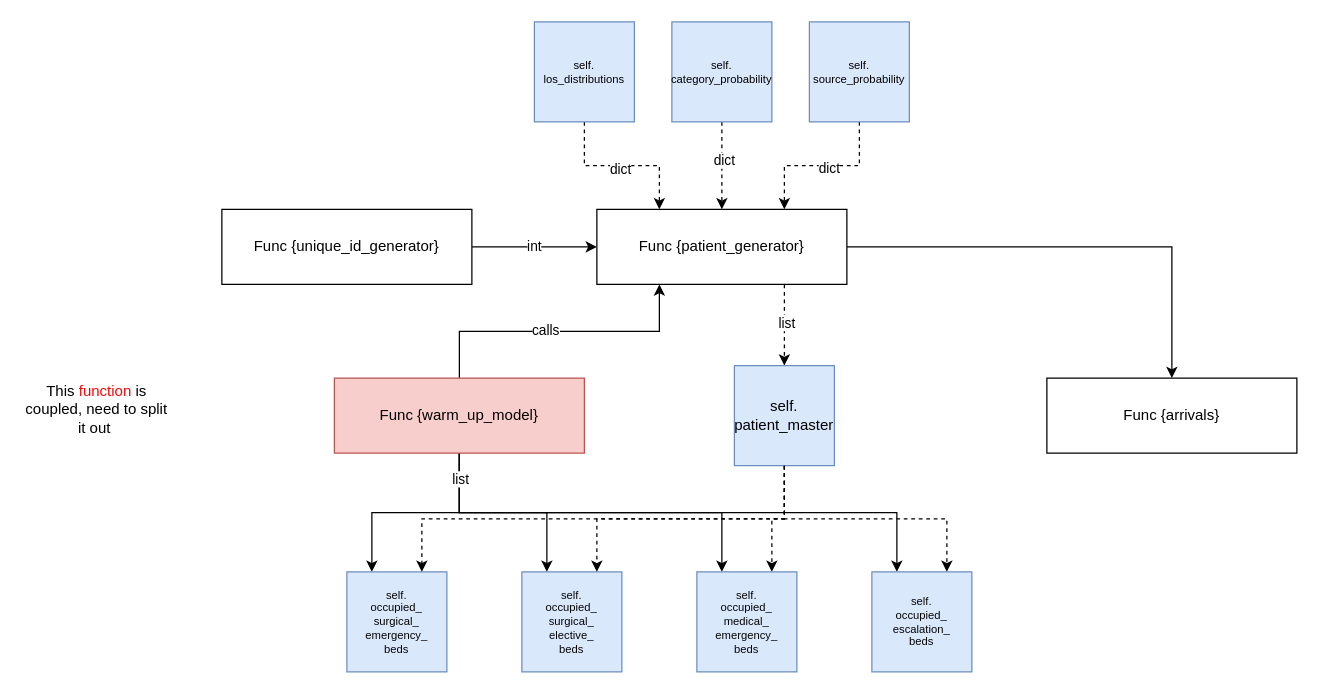
Above: app_flows.drawio in SomersetNHSFoundationTrust/BedModel (draw.io), before the change. Source tidied: cells renumbered, new cells numbered last; positions are measured from the earlier drawing's top-left corner, leaving out a move shared by most shapes. Both pictures are drawn from the tidied source at 125%, with x=0, y=0 at pixel (21, 21).
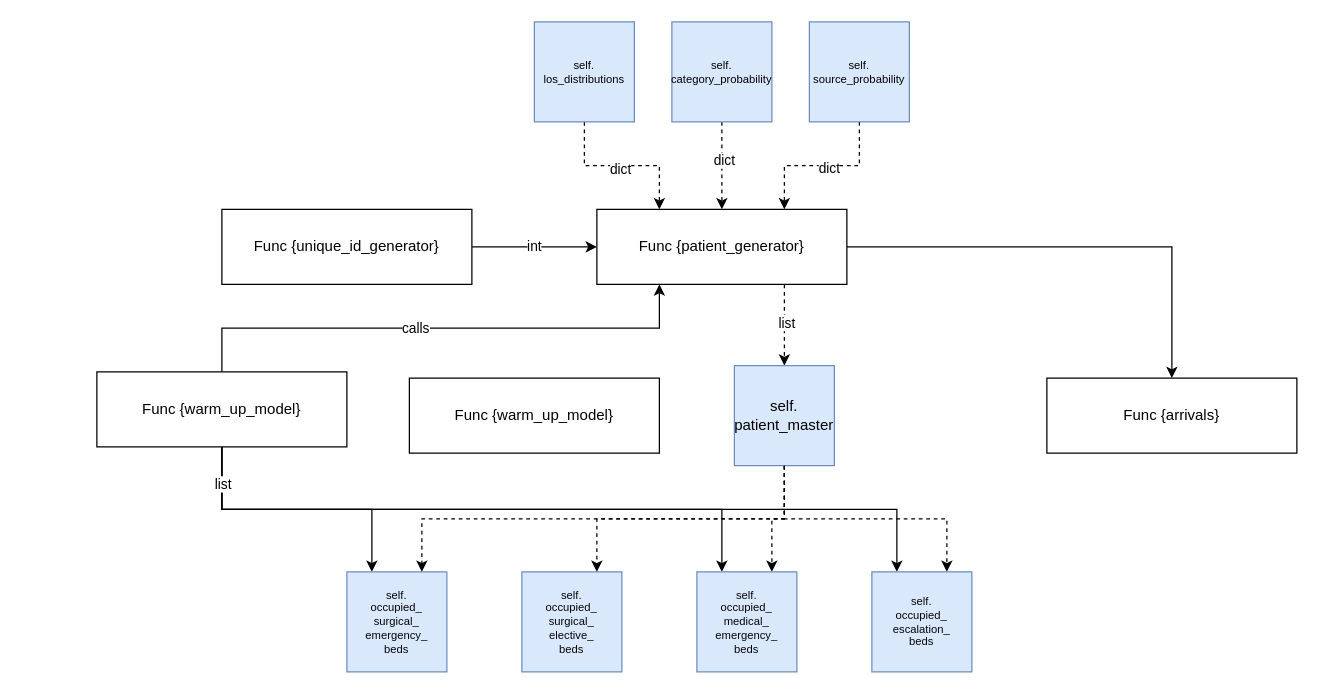
The same diagram, later.

Commit message:
Split the warm up function into warm up and admit to allow for the admission logic to be used elsewhere in the class

Unchanged cells that the change refers to:
```xml
<mxCell id="31" value="self.&lt;br style=&quot;font-size: 9px;&quot;&gt;&lt;div style=&quot;font-size: 9px;&quot;&gt;&lt;div style=&quot;font-size: 9px;&quot;&gt;occupied_&lt;/div&gt;&lt;div style=&quot;font-size: 9px;&quot;&gt;surgical_&lt;/div&gt;&lt;div style=&quot;font-size: 9px;&quot;&gt;elective_&lt;/div&gt;&lt;div style=&quot;font-size: 9px;&quot;&gt;beds&lt;/div&gt;&lt;/div&gt;" style="whiteSpace=wrap;html=1;fillColor=#dae8fc;strokeColor=#6c8ebf;fontFamily=Helvetica;fontSize=9;labelBackgroundColor=none;fontColor=#050505;" parent="1" vertex="1">
  <mxGeometry x="400" y="440" width="80" height="80" as="geometry" />
</mxCell>
```

Diff of the diagram source:
```diff
@@
-    <mxCell id="12" style="edgeStyle=orthogonalEdgeStyle;rounded=0;jettySize=auto;html=1;entryX=0.25;entryY=0;entryDx=0;entryDy=0;" parent="1" edge="1" source="16" target="31">
-      <mxGeometry relative="1" as="geometry" />
-    </mxCell>
@@
-    <mxCell id="16" value="Func {warm_up_model&lt;span style=&quot;background-color: initial;&quot;&gt;}&lt;/span&gt;" style="rounded=0;whiteSpace=wrap;html=1;fillColor=#f8cecc;strokeColor=#b85450;" parent="1" vertex="1">
-      <mxGeometry x="250" y="285" width="200" height="60" as="geometry" />
+    <mxCell id="16" value="Func {warm_up_model&lt;span style=&quot;background-color: initial;&quot;&gt;}&lt;/span&gt;" style="rounded=0;whiteSpace=wrap;html=1;" parent="1" vertex="1">
+      <mxGeometry x="60" y="280" width="200" height="60" as="geometry" />
     </mxCell>
@@
-    <mxCell id="36" value="This &lt;font color=&quot;#ef0b0b&quot;&gt;function &lt;/font&gt;is coupled, need to split it out&amp;nbsp;" style="text;html=1;strokeColor=none;fillColor=none;align=center;verticalAlign=middle;whiteSpace=wrap;rounded=0;" parent="1" vertex="1">
-      <mxGeometry y="265" width="120" height="90" as="geometry" />
-    </mxCell>
+    <mxCell id="37" value="Func {warm_up_model&lt;span style=&quot;background-color: initial;&quot;&gt;}&lt;/span&gt;" style="rounded=0;whiteSpace=wrap;html=1;" parent="1" vertex="1">
+      <mxGeometry x="310" y="285" width="200" height="60" as="geometry" />
+    </mxCell>
```
